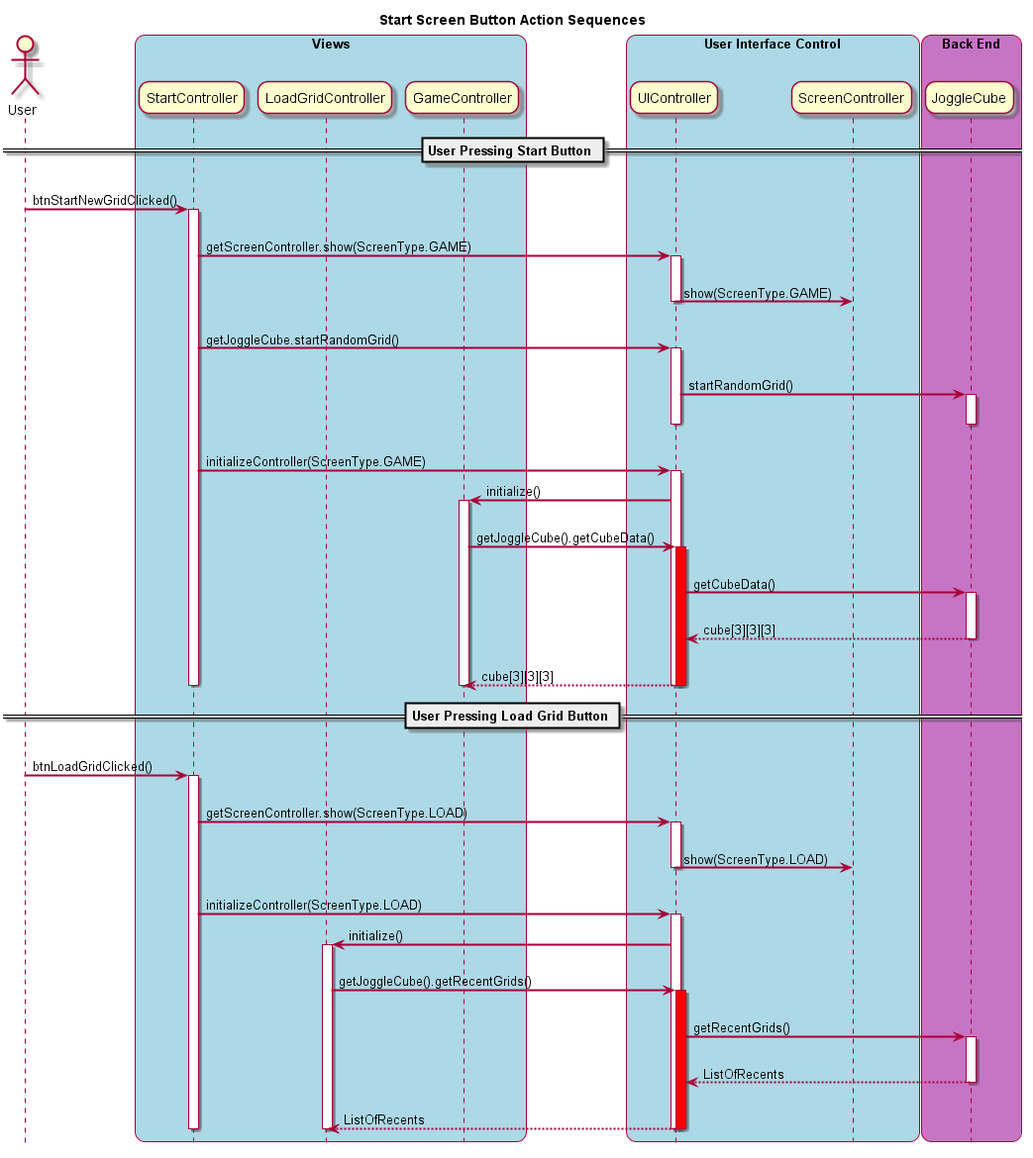
rhys3010/JoggleCube keeps this PlantUML diagram as docs/Sequence/StartScreen.png. Above is the earlier version.
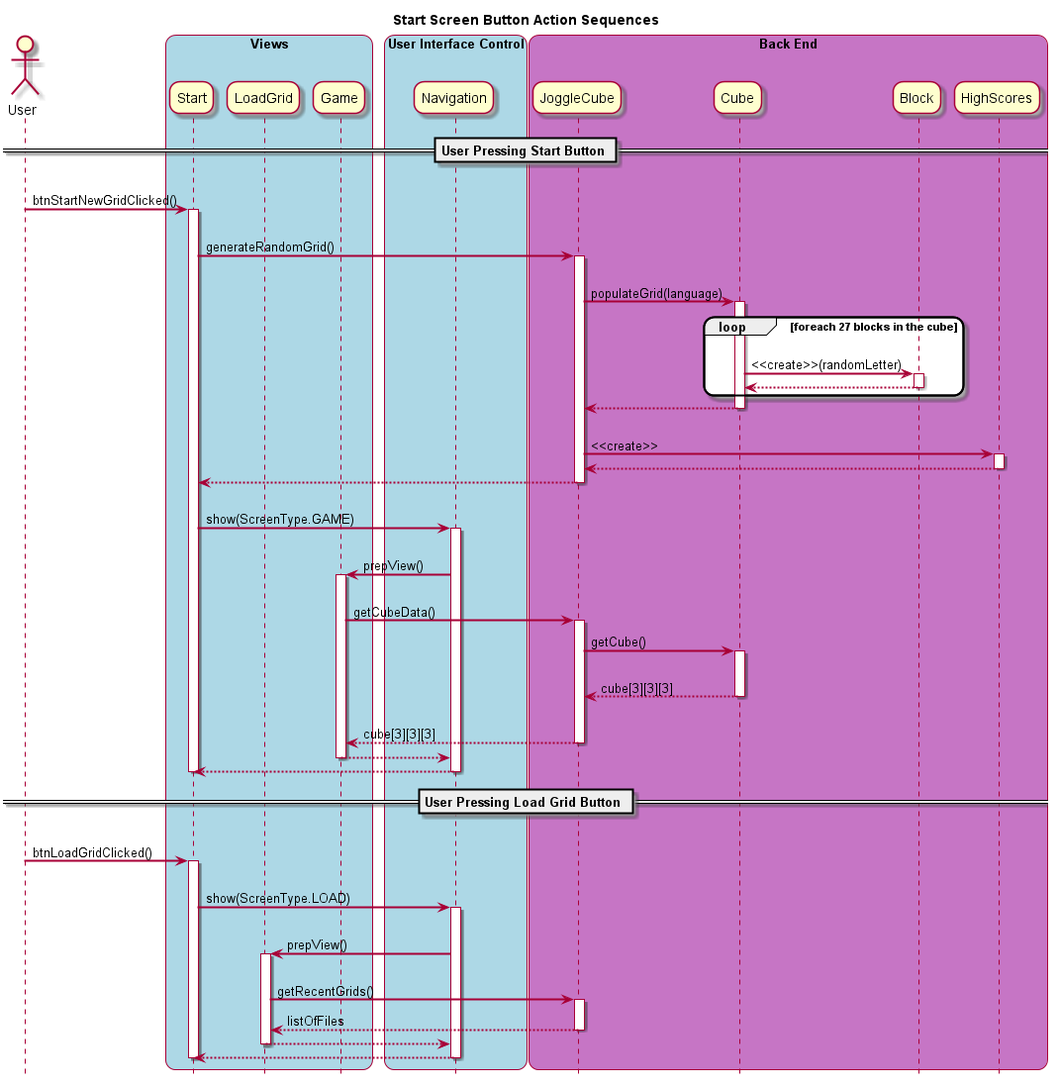
After the commit.

Commit message:
load sequence diagram

Change to the diagram source:
```diff
@@ -12,92 +12,83 @@
 
 box "Views" #LightBlue
 
-participant StartController
-participant LoadGridController
-participant GameController
+participant Start
+participant LoadGrid
+participant Game
 
 end box
 
 box "User Interface Control" #LightBlue
 
-participant UIController
-participant ScreenController
+participant Navigation
 
 end box
-
 
 box "Back End" #c675c5
 
 participant JoggleCube
+participant Cube
+participant Block
+participant HighScores
 
 end box
 == User Pressing Start Button ==
 
-User -> StartController : btnStartNewGridClicked()
-activate StartController
-
-StartController -> UIController : getScreenController.show(ScreenType.GAME)
-activate UIController
-UIController -> ScreenController : show(ScreenType.GAME)
-deactivate UIController
-
-StartController -> UIController : getJoggleCube.startRandomGrid()
-activate UIController
-UIController -> JoggleCube : startRandomGrid()
-activate JoggleCube
-deactivate JoggleCube
-deactivate UIController
-
-StartController -> UIController : initializeController(ScreenType.GAME)
-activate UIController
-
-UIController -> GameController : initialize()
-activate GameController
-
-GameController -> UIController : getJoggleCube().getCubeData()
-activate UIController #ff0000
-
-UIController -> JoggleCube : getCubeData()
-activate JoggleCube
-JoggleCube --> UIController : cube[3][3][3]
-deactivate JoggleCube
-
-UIController --> GameController : cube[3][3][3]
-deactivate UIController #ff0000
-deactivate GameController
-
-deactivate UIController
-deactivate StartController
+User -> Start : btnStartNewGridClicked()
+activate Start
+    Start -> JoggleCube : generateRandomGrid()
+    activate JoggleCube
+        JoggleCube -> Cube : populateGrid(language)
+        activate Cube
+            loop foreach 27 blocks in the cube
+                Cube -> Block : <<create>>(randomLetter)
+                activate Block
+                    Block --> Cube
+                deactivate Block
+            end
+            Cube --> JoggleCube
+        deactivate Cube
+        JoggleCube -> HighScores : <<create>>
+        activate HighScores
+            HighScores --> JoggleCube
+        deactivate HighScores
+        JoggleCube --> Start
+    deactivate JoggleCube
+Start -> Navigation : show(ScreenType.GAME)
+    activate Navigation
+        Navigation -> Game: prepView()
+        activate Game
+            Game -> JoggleCube : getCubeData()
+            activate JoggleCube
+                JoggleCube -> Cube : getCube()
+                activate Cube
+                    Cube --> JoggleCube : cube[3][3][3]
+                deactivate Cube
+                JoggleCube --> Game : cube[3][3][3]
+            deactivate JoggleCube
+            Game --> Navigation
+        deactivate Game
+        Navigation --> Start
+    deactivate Navigation
+deactivate Start
 
 
 
 == User Pressing Load Grid Button ==
 
-User -> StartController : btnLoadGridClicked()
-activate StartController
-
-StartController -> UIController : getScreenController.show(ScreenType.LOAD)
-activate UIController
-UIController -> ScreenController : show(ScreenType.LOAD)
-deactivate UIController
-
-StartController -> UIController : initializeController(ScreenType.LOAD)
-activate UIController
-
-UIController -> LoadGridController : initialize()
-activate LoadGridController
-
-LoadGridController -> UIController : getJoggleCube().getRecentGrids()
-activate UIController #ff0000
-UIController -> JoggleCube : getRecentGrids()
-activate JoggleCube
-JoggleCube --> UIController : ListOfRecents
-deactivate JoggleCube
-UIController --> LoadGridController : ListOfRecents
-deactivate UIController #ff0000
-
-deactivate LoadGridController
-deactivate UIController
-
-deactivate StartController
+User -> Start : btnLoadGridClicked()
+activate Start
+    Start -> Navigation : show(ScreenType.LOAD)
+    activate Navigation
+        Navigation -> LoadGrid : prepView()
+        activate LoadGrid
+            LoadGrid -> JoggleCube : getRecentGrids()
+            activate JoggleCube
+                JoggleCube --> LoadGrid : listOfFiles
+            deactivate JoggleCube
+            LoadGrid --> Navigation
+        deactivate LoadGrid
+        Navigation --> Start
+    deactivate Navigation
+deactivate Start
 @enduml
```
